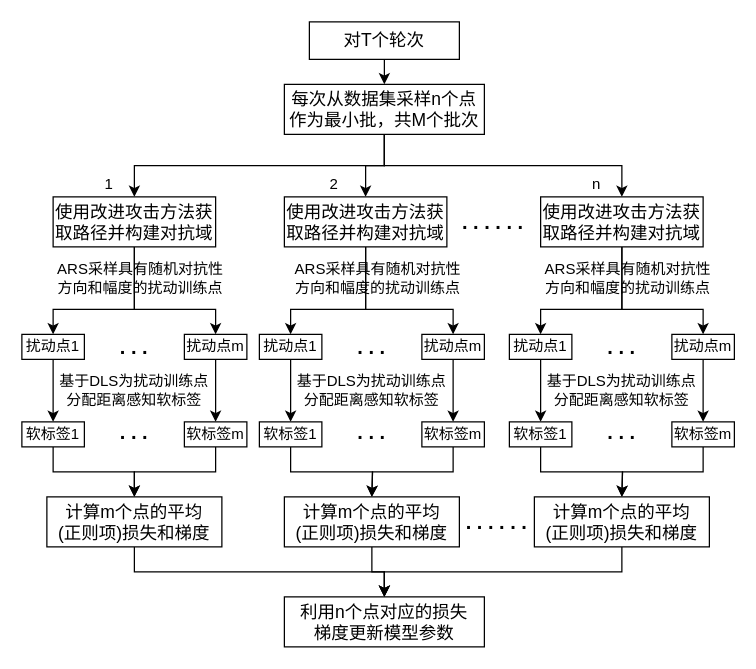
Earlier version of the draw.io diagram RAT.drawio (Zhou-AY/hello-world). Source tidied: cells renumbered, new cells numbered last; positions are measured from the earlier drawing's top-left corner, leaving out a move shared by most shapes. Both pictures are drawn from the tidied source at 125%, with x=0, y=0 at pixel (21, 21).
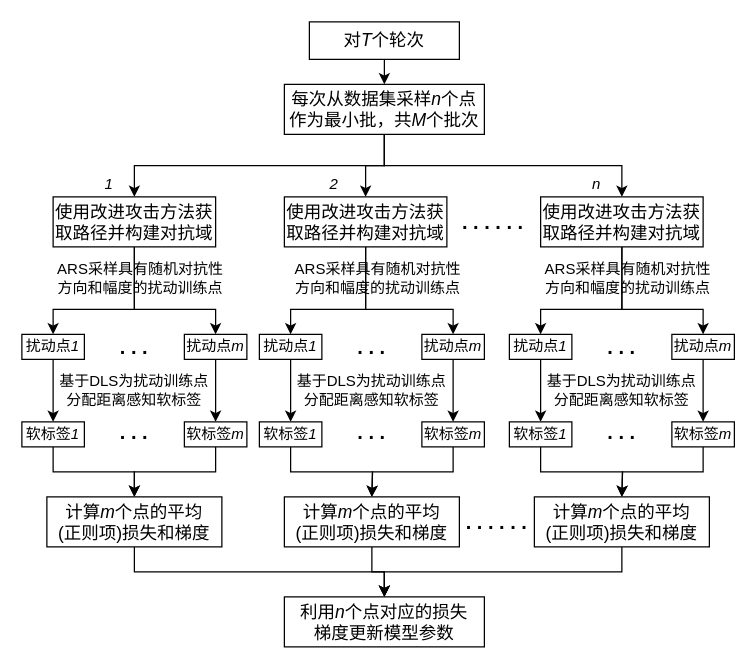
The same page after the edit.

Diff of the diagram source:
```diff
@@
-    <mxCell id="3" value="&lt;font style=&quot;font-size: 14px;&quot;&gt;对T个轮次&lt;/font&gt;" style="rounded=0;whiteSpace=wrap;html=1;" parent="1" vertex="1">
+    <mxCell id="3" value="&lt;font style=&quot;font-size: 14px;&quot;&gt;对&lt;i&gt;T&lt;/i&gt;个轮次&lt;/font&gt;" style="rounded=0;whiteSpace=wrap;html=1;" parent="1" vertex="1">
       <mxGeometry x="230" width="120" height="30" as="geometry" />
     </mxCell>
@@
-    <mxCell id="7" value="&lt;font style=&quot;font-size: 14px;&quot;&gt;每次从数据集采样n个点作为最小批，共M个批次&lt;br&gt;&lt;/font&gt;" style="rounded=0;whiteSpace=wrap;html=1;" parent="1" vertex="1">
+    <mxCell id="7" value="&lt;font style=&quot;font-size: 14px;&quot;&gt;每次从数据集采样&lt;i&gt;n&lt;/i&gt;个点作为最小批，共&lt;i&gt;M&lt;/i&gt;个批次&lt;br&gt;&lt;/font&gt;" style="rounded=0;whiteSpace=wrap;html=1;" parent="1" vertex="1">
       <mxGeometry x="210" y="50" width="160" height="40" as="geometry" />
     </mxCell>
@@
-    <mxCell id="15" value="1" style="text;html=1;strokeColor=none;fillColor=none;align=center;verticalAlign=middle;whiteSpace=wrap;rounded=0;" parent="1" vertex="1">
+    <mxCell id="15" value="&lt;i&gt;1&lt;/i&gt;" style="text;html=1;strokeColor=none;fillColor=none;align=center;verticalAlign=middle;whiteSpace=wrap;rounded=0;" parent="1" vertex="1">
       <mxGeometry x="60" y="120" width="20" height="20" as="geometry" />
     </mxCell>
-    <mxCell id="16" value="2" style="text;html=1;strokeColor=none;fillColor=none;align=center;verticalAlign=middle;whiteSpace=wrap;rounded=0;" parent="1" vertex="1">
+    <mxCell id="16" value="&lt;i&gt;2&lt;/i&gt;" style="text;html=1;strokeColor=none;fillColor=none;align=center;verticalAlign=middle;whiteSpace=wrap;rounded=0;" parent="1" vertex="1">
       <mxGeometry x="240" y="120" width="20" height="20" as="geometry" />
     </mxCell>
-    <mxCell id="17" value="n" style="text;html=1;strokeColor=none;fillColor=none;align=center;verticalAlign=middle;whiteSpace=wrap;rounded=0;" parent="1" vertex="1">
+    <mxCell id="17" value="&lt;i&gt;n&lt;/i&gt;" style="text;html=1;strokeColor=none;fillColor=none;align=center;verticalAlign=middle;whiteSpace=wrap;rounded=0;" parent="1" vertex="1">
       <mxGeometry x="450" y="120" width="20" height="20" as="geometry" />
     </mxCell>
@@
-    <mxCell id="20" value="&lt;font style=&quot;font-size: 12px;&quot;&gt;扰动点1&lt;/font&gt;" style="rounded=0;whiteSpace=wrap;html=1;" parent="1" vertex="1">
+    <mxCell id="20" value="&lt;font style=&quot;font-size: 12px;&quot;&gt;扰动点&lt;i&gt;1&lt;/i&gt;&lt;/font&gt;" style="rounded=0;whiteSpace=wrap;html=1;" parent="1" vertex="1">
       <mxGeometry y="250" width="50" height="20" as="geometry" />
     </mxCell>
@@
-    <mxCell id="22" value="&lt;font style=&quot;font-size: 12px;&quot;&gt;扰动点m&lt;/font&gt;" style="rounded=0;whiteSpace=wrap;html=1;" parent="1" vertex="1">
+    <mxCell id="22" value="&lt;font style=&quot;font-size: 12px;&quot;&gt;扰动点&lt;i&gt;m&lt;/i&gt;&lt;/font&gt;" style="rounded=0;whiteSpace=wrap;html=1;" parent="1" vertex="1">
       <mxGeometry x="130" y="250" width="50" height="20" as="geometry" />
     </mxCell>
@@
-    <mxCell id="26" value="&lt;font style=&quot;font-size: 12px;&quot;&gt;软标签1&lt;/font&gt;" style="rounded=0;whiteSpace=wrap;html=1;" parent="1" vertex="1">
+    <mxCell id="26" value="&lt;font style=&quot;font-size: 12px;&quot;&gt;软标签&lt;i&gt;1&lt;/i&gt;&lt;/font&gt;" style="rounded=0;whiteSpace=wrap;html=1;" parent="1" vertex="1">
       <mxGeometry y="320" width="50" height="20" as="geometry" />
     </mxCell>
@@
-    <mxCell id="28" value="&lt;font style=&quot;font-size: 12px;&quot;&gt;软标签m&lt;br&gt;&lt;/font&gt;" style="rounded=0;whiteSpace=wrap;html=1;" parent="1" vertex="1">
+    <mxCell id="28" value="&lt;font style=&quot;font-size: 12px;&quot;&gt;软标签&lt;i&gt;m&lt;/i&gt;&lt;br&gt;&lt;/font&gt;" style="rounded=0;whiteSpace=wrap;html=1;" parent="1" vertex="1">
       <mxGeometry x="130" y="320" width="50" height="20" as="geometry" />
     </mxCell>
@@
-    <mxCell id="32" value="&lt;font style=&quot;font-size: 14px;&quot;&gt;计算m个点的平均&lt;br&gt;(正则项)损失和梯度&lt;br&gt;&lt;/font&gt;" style="rounded=0;whiteSpace=wrap;html=1;" parent="1" vertex="1">
+    <mxCell id="32" value="&lt;font style=&quot;font-size: 14px;&quot;&gt;计算&lt;i&gt;m&lt;/i&gt;个点的平均&lt;br&gt;(正则项)损失和梯度&lt;br&gt;&lt;/font&gt;" style="rounded=0;whiteSpace=wrap;html=1;" parent="1" vertex="1">
       <mxGeometry x="20" y="380" width="140" height="40" as="geometry" />
     </mxCell>
-    <mxCell id="33" value="&lt;font style=&quot;font-size: 14px;&quot;&gt;利用n个点对应的损失&lt;br&gt;梯度更新模型参数&lt;br&gt;&lt;/font&gt;" style="rounded=0;whiteSpace=wrap;html=1;" parent="1" vertex="1">
+    <mxCell id="33" value="&lt;font style=&quot;font-size: 14px;&quot;&gt;利用&lt;i&gt;n&lt;/i&gt;个点对应的损失&lt;br&gt;梯度更新模型参数&lt;br&gt;&lt;/font&gt;" style="rounded=0;whiteSpace=wrap;html=1;" parent="1" vertex="1">
       <mxGeometry x="210" y="460" width="160" height="40" as="geometry" />
     </mxCell>
@@
-    <mxCell id="35" value="&lt;font style=&quot;font-size: 12px;&quot;&gt;扰动点1&lt;/font&gt;" style="rounded=0;whiteSpace=wrap;html=1;" parent="1" vertex="1">
+    <mxCell id="35" value="&lt;font style=&quot;font-size: 12px;&quot;&gt;扰动点&lt;i&gt;1&lt;/i&gt;&lt;/font&gt;" style="rounded=0;whiteSpace=wrap;html=1;" parent="1" vertex="1">
       <mxGeometry x="190" y="250" width="50" height="20" as="geometry" />
     </mxCell>
@@
-    <mxCell id="37" value="&lt;font style=&quot;font-size: 12px;&quot;&gt;扰动点m&lt;/font&gt;" style="rounded=0;whiteSpace=wrap;html=1;" parent="1" vertex="1">
+    <mxCell id="37" value="&lt;font style=&quot;font-size: 12px;&quot;&gt;扰动点&lt;i&gt;m&lt;/i&gt;&lt;/font&gt;" style="rounded=0;whiteSpace=wrap;html=1;" parent="1" vertex="1">
       <mxGeometry x="320" y="250" width="50" height="20" as="geometry" />
     </mxCell>
@@
-    <mxCell id="41" value="&lt;font style=&quot;font-size: 12px;&quot;&gt;软标签1&lt;/font&gt;" style="rounded=0;whiteSpace=wrap;html=1;" parent="1" vertex="1">
+    <mxCell id="41" value="&lt;font style=&quot;font-size: 12px;&quot;&gt;软标签&lt;i&gt;1&lt;/i&gt;&lt;/font&gt;" style="rounded=0;whiteSpace=wrap;html=1;" parent="1" vertex="1">
       <mxGeometry x="190" y="320" width="50" height="20" as="geometry" />
     </mxCell>
@@
-    <mxCell id="43" value="&lt;font style=&quot;font-size: 12px;&quot;&gt;软标签m&lt;br&gt;&lt;/font&gt;" style="rounded=0;whiteSpace=wrap;html=1;" parent="1" vertex="1">
+    <mxCell id="43" value="&lt;font style=&quot;font-size: 12px;&quot;&gt;软标签&lt;i&gt;m&lt;/i&gt;&lt;br&gt;&lt;/font&gt;" style="rounded=0;whiteSpace=wrap;html=1;" parent="1" vertex="1">
       <mxGeometry x="320" y="320" width="50" height="20" as="geometry" />
     </mxCell>
@@
-    <mxCell id="47" value="&lt;font style=&quot;font-size: 12px;&quot;&gt;扰动点1&lt;/font&gt;" style="rounded=0;whiteSpace=wrap;html=1;" parent="1" vertex="1">
+    <mxCell id="47" value="&lt;font style=&quot;font-size: 12px;&quot;&gt;扰动点&lt;i&gt;1&lt;/i&gt;&lt;/font&gt;" style="rounded=0;whiteSpace=wrap;html=1;" parent="1" vertex="1">
       <mxGeometry x="390" y="250" width="50" height="20" as="geometry" />
     </mxCell>
@@
-    <mxCell id="49" value="&lt;font style=&quot;font-size: 12px;&quot;&gt;扰动点m&lt;/font&gt;" style="rounded=0;whiteSpace=wrap;html=1;" parent="1" vertex="1">
+    <mxCell id="49" value="&lt;font style=&quot;font-size: 12px;&quot;&gt;扰动点&lt;i&gt;m&lt;/i&gt;&lt;/font&gt;" style="rounded=0;whiteSpace=wrap;html=1;" parent="1" vertex="1">
       <mxGeometry x="520" y="250" width="50" height="20" as="geometry" />
     </mxCell>
@@
-    <mxCell id="53" value="&lt;font style=&quot;font-size: 12px;&quot;&gt;软标签1&lt;/font&gt;" style="rounded=0;whiteSpace=wrap;html=1;" parent="1" vertex="1">
+    <mxCell id="53" value="&lt;font style=&quot;font-size: 12px;&quot;&gt;软标签&lt;i&gt;1&lt;/i&gt;&lt;/font&gt;" style="rounded=0;whiteSpace=wrap;html=1;" parent="1" vertex="1">
       <mxGeometry x="390" y="320" width="50" height="20" as="geometry" />
     </mxCell>
@@
-    <mxCell id="55" value="&lt;font style=&quot;font-size: 12px;&quot;&gt;软标签m&lt;br&gt;&lt;/font&gt;" style="rounded=0;whiteSpace=wrap;html=1;" parent="1" vertex="1">
+    <mxCell id="55" value="&lt;font style=&quot;font-size: 12px;&quot;&gt;软标签&lt;i&gt;m&lt;/i&gt;&lt;br&gt;&lt;/font&gt;" style="rounded=0;whiteSpace=wrap;html=1;" parent="1" vertex="1">
       <mxGeometry x="520" y="320" width="50" height="20" as="geometry" />
     </mxCell>
@@
-    <mxCell id="61" value="&lt;font style=&quot;font-size: 14px;&quot;&gt;计算m个点的平均&lt;br&gt;(正则项)损失和梯度&lt;br&gt;&lt;/font&gt;" style="rounded=0;whiteSpace=wrap;html=1;" parent="1" vertex="1">
+    <mxCell id="61" value="&lt;font style=&quot;font-size: 14px;&quot;&gt;计算&lt;i&gt;m&lt;/i&gt;个点的平均&lt;br&gt;(正则项)损失和梯度&lt;br&gt;&lt;/font&gt;" style="rounded=0;whiteSpace=wrap;html=1;" parent="1" vertex="1">
       <mxGeometry x="210" y="380" width="140" height="40" as="geometry" />
     </mxCell>
@@
-    <mxCell id="63" value="&lt;font style=&quot;font-size: 14px;&quot;&gt;计算m个点的平均&lt;br&gt;(正则项)损失和梯度&lt;br&gt;&lt;/font&gt;" style="rounded=0;whiteSpace=wrap;html=1;" parent="1" vertex="1">
+    <mxCell id="63" value="&lt;font style=&quot;font-size: 14px;&quot;&gt;计算&lt;i&gt;m&lt;/i&gt;个点的平均&lt;br&gt;(正则项)损失和梯度&lt;br&gt;&lt;/font&gt;" style="rounded=0;whiteSpace=wrap;html=1;" parent="1" vertex="1">
       <mxGeometry x="410" y="380" width="140" height="40" as="geometry" />
     </mxCell>
```
